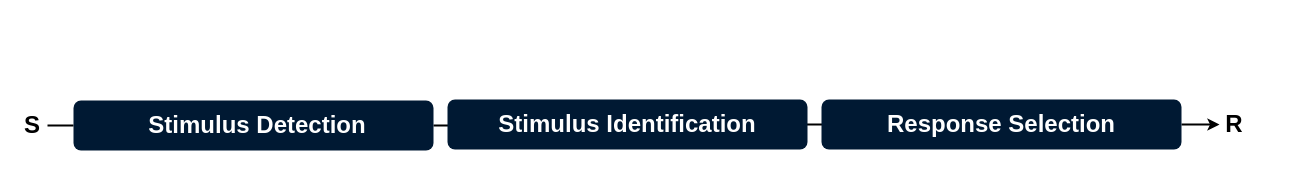
lindemann09/figures_rt_chapter keeps this draw.io diagram as donders.drawio. Above is the earlier version. Source tidied: cells renumbered, new cells numbered last; positions are measured from the earlier drawing's top-left corner, leaving out a move shared by most shapes. Both pictures are drawn from the tidied source at 100%, with x=0, y=0 at pixel (17, 85).
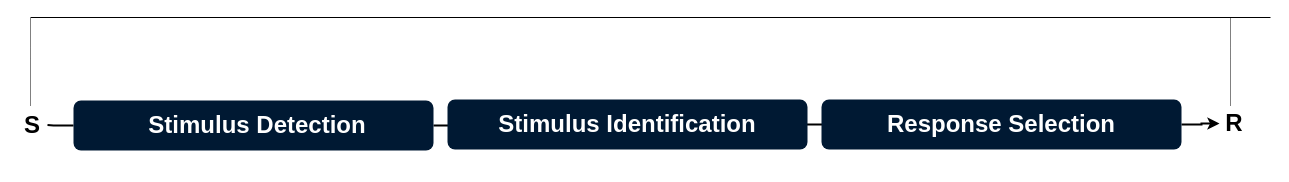
Above is the later version.

Diff of the diagram source:
```diff
@@
 <mxGraphModel>
   <root>
     <mxCell id="0" />
     <mxCell id="1" parent="0" />
     <mxCell id="2" style="edgeStyle=orthogonalEdgeStyle;rounded=0;jettySize=auto;html=1;strokeColor=default;strokeWidth=2;endArrow=none;endFill=0;startArrow=none;startFill=0;" parent="1" edge="1" source="4" target="6">
       <mxGeometry relative="1" as="geometry" />
     </mxCell>
     <mxCell id="3" style="edgeStyle=orthogonalEdgeStyle;rounded=0;jettySize=auto;html=1;exitX=1;exitY=0.5;exitDx=0;exitDy=0;strokeColor=default;strokeWidth=2;fontSize=24;endArrow=none;endFill=0;" parent="1" edge="1" source="4" target="8">
       <mxGeometry relative="1" as="geometry" />
     </mxCell>
     <mxCell id="4" style="whiteSpace=wrap;html=1;rounded=1;shadow=0;strokeWidth=8;fontSize=20;align=center;fillColor=#001933;strokeColor=none;" parent="1" vertex="1">
       <mxGeometry x="56" y="15" width="360" height="50" as="geometry" />
     </mxCell>
     <mxCell id="5" value="Stimulus Detection" style="text;html=1;strokeColor=none;fillColor=none;align=center;verticalAlign=middle;whiteSpace=wrap;rounded=0;shadow=0;fontSize=24;fontColor=#FFFFFF;fontStyle=1;" parent="1" vertex="1">
       <mxGeometry x="100" y="10" width="280" height="60" as="geometry" />
     </mxCell>
     <mxCell id="6" value="&lt;font style=&quot;font-size: 24px;&quot;&gt;S&lt;/font&gt;" style="whiteSpace=wrap;html=1;rounded=1;shadow=0;strokeWidth=8;fontSize=24;align=center;fillColor=none;strokeColor=none;fontStyle=1;" parent="1" vertex="1">
-      <mxGeometry width="30" height="80" as="geometry" />
+      <mxGeometry y="27" width="30" height="25" as="geometry" />
     </mxCell>
     <mxCell id="7" style="edgeStyle=orthogonalEdgeStyle;rounded=0;jettySize=auto;html=1;exitX=1;exitY=0.5;exitDx=0;exitDy=0;strokeColor=default;strokeWidth=2;fontSize=24;fontColor=#FFFFFF;endArrow=none;endFill=0;" parent="1" edge="1" source="8" target="10">
       <mxGeometry relative="1" as="geometry" />
     </mxCell>
     <mxCell id="8" value="&lt;font style=&quot;font-size: 24px;&quot; color=&quot;#ffffff&quot;&gt;&lt;b&gt;Stimulus Identification&lt;/b&gt;&lt;/font&gt;" style="whiteSpace=wrap;html=1;rounded=1;shadow=0;strokeWidth=8;fontSize=20;align=center;fillColor=#001933;strokeColor=none;" parent="1" vertex="1">
       <mxGeometry x="430" y="14" width="360" height="50" as="geometry" />
     </mxCell>
     <mxCell id="9" style="edgeStyle=orthogonalEdgeStyle;rounded=0;jettySize=auto;html=1;exitX=1;exitY=0.5;exitDx=0;exitDy=0;strokeColor=default;strokeWidth=2;fontSize=24;fontColor=#FFFFFF;" parent="1" edge="1" source="10" target="11">
       <mxGeometry relative="1" as="geometry" />
     </mxCell>
     <mxCell id="10" value="&lt;font style=&quot;font-size: 24px;&quot; color=&quot;#ffffff&quot;&gt;&lt;b&gt;Response Selection&lt;/b&gt;&lt;/font&gt;" style="whiteSpace=wrap;html=1;rounded=1;shadow=0;strokeWidth=8;fontSize=20;align=center;fillColor=#001933;strokeColor=none;fontColor=#FFFFFF;" parent="1" vertex="1">
       <mxGeometry x="804" y="14" width="360" height="50" as="geometry" />
     </mxCell>
     <mxCell id="11" value="&lt;font style=&quot;font-size: 24px;&quot;&gt;&lt;b&gt;R&lt;/b&gt;&lt;/font&gt;" style="whiteSpace=wrap;html=1;rounded=1;shadow=0;strokeWidth=8;fontSize=20;align=center;fillColor=none;strokeColor=none;fontColor=#000000;" parent="1" vertex="1">
-      <mxGeometry x="1202" y="14" width="30" height="50" as="geometry" />
+      <mxGeometry x="1202" y="25" width="30" height="26" as="geometry" />
     </mxCell>
+    <mxCell id="12" style="edgeStyle=none;orthogonalLoop=1;jettySize=auto;html=1;rounded=0;strokeColor=default;strokeWidth=1;fontSize=24;fontColor=#000000;startArrow=none;startFill=0;endArrow=none;endFill=0;" parent="1" edge="1">
+      <mxGeometry relative="1" as="geometry">
+        <mxPoint x="13" y="-68" as="sourcePoint" />
+        <mxPoint x="1253" y="-68" as="targetPoint" />
+      </mxGeometry>
+    </mxCell>
+    <mxCell id="13" style="edgeStyle=none;orthogonalLoop=1;jettySize=auto;html=1;rounded=0;strokeColor=default;strokeWidth=1;fontSize=24;fontColor=#000000;startArrow=none;startFill=0;endArrow=none;endFill=0;dashed=1;dashPattern=1 1;" parent="1" edge="1">
+      <mxGeometry relative="1" as="geometry">
+        <mxPoint x="13" y="20" as="sourcePoint" />
+        <mxPoint x="13" y="-68" as="targetPoint" />
+      </mxGeometry>
+    </mxCell>
+    <mxCell id="14" style="edgeStyle=none;orthogonalLoop=1;jettySize=auto;html=1;rounded=0;strokeColor=default;strokeWidth=1;fontSize=24;fontColor=#000000;startArrow=none;startFill=0;endArrow=none;endFill=0;dashed=1;dashPattern=1 1;" parent="1" edge="1">
+      <mxGeometry relative="1" as="geometry">
+        <mxPoint x="1213" y="20" as="sourcePoint" />
+        <mxPoint x="1213" y="-68" as="targetPoint" />
+      </mxGeometry>
+    </mxCell>
   </root>
 </mxGraphModel>
```
